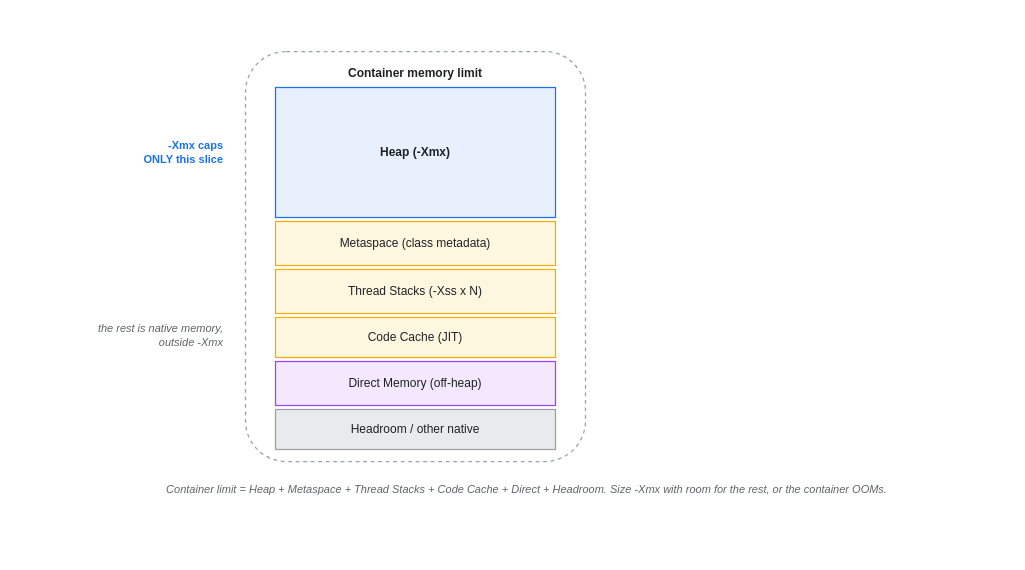
Earlier version of the draw.io diagram assets/img/jvm/jvm-04-container-memory-breakdown.drawio (KKamJi98/kkamji98.github.io). Source tidied: cells renumbered, new cells numbered last; positions are measured from the earlier drawing's top-left corner, leaving out a move shared by most shapes. Both pictures are drawn from the tidied source at 100%, with x=0, y=0 at pixel (45, 51).
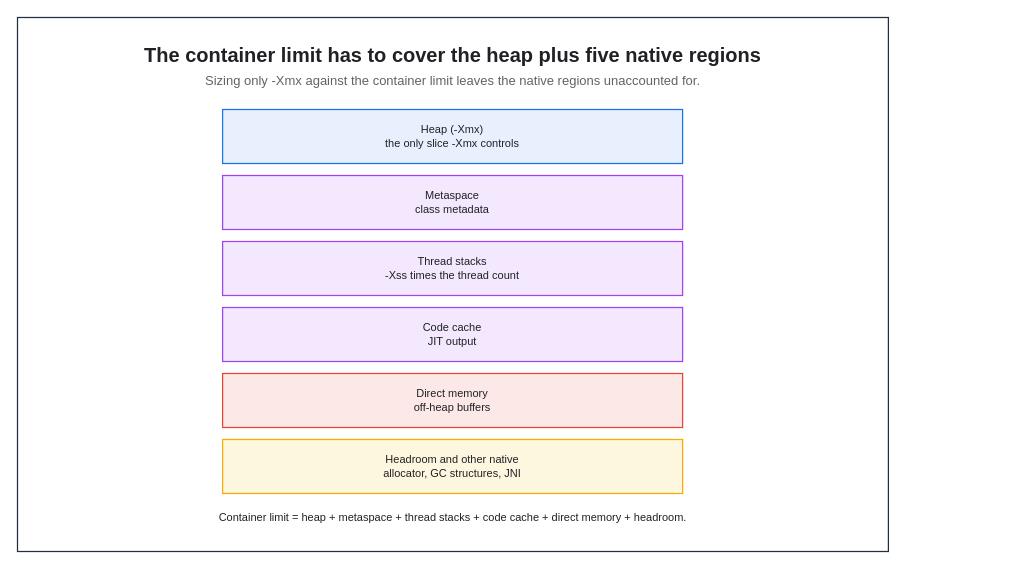
The same diagram, later.

Change to the diagram source:
```diff
@@
 <mxGraphModel background="#FFFFFF">
   <root>
     <mxCell id="0" />
     <mxCell id="1" parent="0" />
-    <mxCell id="2" value="Container memory limit" style="rounded=1;whiteSpace=wrap;html=0;arcSize=12;shadow=0;fillColor=#FFFFFF;strokeColor=#9AA0A6;fontColor=#202124;fontStyle=1;verticalAlign=top;align=center;dashed=1;spacingTop=8;strokeWidth=1.25;" parent="1" vertex="1">
-      <mxGeometry x="200" width="340" height="410" as="geometry" />
+    <mxCell id="2" style="rounded=0;html=0;fillColor=none;strokeColor=#232F3E;fontColor=#202124;strokeWidth=1.25;" parent="1" vertex="1">
+      <mxGeometry x="-28" y="-34" width="870.9" height="534" as="geometry" />
     </mxCell>
+    <mxCell id="12" value="The container limit has to cover the heap plus five native regions" style="text;html=0;whiteSpace=wrap;fillColor=none;strokeColor=none;fontColor=#202124;fontSize=20;fontStyle=1;align=center;verticalAlign=middle;" parent="1" vertex="1">
+      <mxGeometry x="-6" y="-12" width="826.9" height="30" as="geometry" />
+    </mxCell>
+    <mxCell id="13" value="Sizing only -Xmx against the container limit leaves the native regions unaccounted for." style="text;html=0;whiteSpace=wrap;fillColor=none;strokeColor=none;fontColor=#5F6368;fontSize=13;fontStyle=0;align=center;verticalAlign=middle;" parent="1" vertex="1">
+      <mxGeometry x="-6" y="18" width="826.9" height="22" as="geometry" />
+    </mxCell>
-    <mxCell id="3" value="Heap  (-Xmx)" style="rounded=0;whiteSpace=wrap;html=0;shadow=0;fillColor=#E8F0FE;strokeColor=#1A73E8;fontColor=#202124;fontStyle=1;strokeWidth=1.25;" parent="1" vertex="1">
-      <mxGeometry x="230" y="36" width="280" height="130" as="geometry" />
+    <mxCell id="3" value="Heap  (-Xmx)&#10;the only slice -Xmx controls" style="rounded=0;whiteSpace=wrap;html=0;fillColor=#E8F0FE;strokeColor=#1A73E8;fontColor=#202124;fontSize=11;fontStyle=0;align=center;verticalAlign=middle;spacingLeft=6;spacingRight=6;strokeWidth=1.25;" parent="1" vertex="1">
+      <mxGeometry x="177.1" y="58" width="460" height="54" as="geometry" />
     </mxCell>
-    <mxCell id="4" value="Metaspace (class metadata)" style="rounded=0;whiteSpace=wrap;html=0;shadow=0;fillColor=#FEF7E0;strokeColor=#F9AB00;fontColor=#202124;strokeWidth=1.25;" parent="1" vertex="1">
-      <mxGeometry x="230" y="170" width="280" height="44" as="geometry" />
+    <mxCell id="4" value="Metaspace&#10;class metadata" style="rounded=0;whiteSpace=wrap;html=0;fillColor=#F3E8FD;strokeColor=#A142F4;fontColor=#202124;fontSize=11;fontStyle=0;align=center;verticalAlign=middle;spacingLeft=6;spacingRight=6;strokeWidth=1.25;" parent="1" vertex="1">
+      <mxGeometry x="177.1" y="124" width="460" height="54" as="geometry" />
     </mxCell>
-    <mxCell id="5" value="Thread Stacks (-Xss x N)" style="rounded=0;whiteSpace=wrap;html=0;shadow=0;fillColor=#FEF7E0;strokeColor=#F9AB00;fontColor=#202124;strokeWidth=1.25;" parent="1" vertex="1">
-      <mxGeometry x="230" y="218" width="280" height="44" as="geometry" />
+    <mxCell id="5" value="Thread stacks&#10;-Xss times the thread count" style="rounded=0;whiteSpace=wrap;html=0;fillColor=#F3E8FD;strokeColor=#A142F4;fontColor=#202124;fontSize=11;fontStyle=0;align=center;verticalAlign=middle;spacingLeft=6;spacingRight=6;strokeWidth=1.25;" parent="1" vertex="1">
+      <mxGeometry x="177.1" y="190" width="460" height="54" as="geometry" />
     </mxCell>
-    <mxCell id="6" value="Code Cache (JIT)" style="rounded=0;whiteSpace=wrap;html=0;shadow=0;fillColor=#FEF7E0;strokeColor=#F9AB00;fontColor=#202124;strokeWidth=1.25;" parent="1" vertex="1">
-      <mxGeometry x="230" y="266" width="280" height="40" as="geometry" />
+    <mxCell id="6" value="Code cache&#10;JIT output" style="rounded=0;whiteSpace=wrap;html=0;fillColor=#F3E8FD;strokeColor=#A142F4;fontColor=#202124;fontSize=11;fontStyle=0;align=center;verticalAlign=middle;spacingLeft=6;spacingRight=6;strokeWidth=1.25;" parent="1" vertex="1">
+      <mxGeometry x="177.1" y="256" width="460" height="54" as="geometry" />
     </mxCell>
-    <mxCell id="7" value="Direct Memory (off-heap)" style="rounded=0;whiteSpace=wrap;html=0;shadow=0;fillColor=#F3E8FD;strokeColor=#A142F4;fontColor=#202124;strokeWidth=1.25;" parent="1" vertex="1">
-      <mxGeometry x="230" y="310" width="280" height="44" as="geometry" />
+    <mxCell id="7" value="Direct memory&#10;off-heap buffers" style="rounded=0;whiteSpace=wrap;html=0;fillColor=#FCE8E6;strokeColor=#EA4335;fontColor=#202124;fontSize=11;fontStyle=0;align=center;verticalAlign=middle;spacingLeft=6;spacingRight=6;strokeWidth=1.25;" parent="1" vertex="1">
+      <mxGeometry x="177.1" y="322" width="460" height="54" as="geometry" />
     </mxCell>
-    <mxCell id="8" value="Headroom / other native" style="rounded=0;whiteSpace=wrap;html=0;shadow=0;fillColor=#E8EAED;strokeColor=#9AA0A6;fontColor=#202124;strokeWidth=1.25;" parent="1" vertex="1">
-      <mxGeometry x="230" y="358" width="280" height="40" as="geometry" />
+    <mxCell id="8" value="Headroom and other native&#10;allocator, GC structures, JNI" style="rounded=0;whiteSpace=wrap;html=0;fillColor=#FEF7E0;strokeColor=#F9AB00;fontColor=#202124;fontSize=11;fontStyle=0;align=center;verticalAlign=middle;spacingLeft=6;spacingRight=6;strokeWidth=1.25;" parent="1" vertex="1">
+      <mxGeometry x="177.1" y="388" width="460" height="54" as="geometry" />
     </mxCell>
-    <mxCell id="9" value="-Xmx caps&#10;ONLY this slice" style="text;html=0;align=right;verticalAlign=middle;whiteSpace=wrap;fontSize=11;fontColor=#1A73E8;fontStyle=1;" parent="1" vertex="1">
-      <mxGeometry y="74" width="180" height="54" as="geometry" />
-    </mxCell>
-    <mxCell id="10" value="the rest is native memory,&#10;outside -Xmx" style="text;html=0;align=right;verticalAlign=middle;whiteSpace=wrap;fontSize=11;fontColor=#5F6368;fontStyle=2;" parent="1" vertex="1">
-      <mxGeometry y="254" width="180" height="60" as="geometry" />
-    </mxCell>
-    <mxCell id="11" value="Container limit = Heap + Metaspace + Thread Stacks + Code Cache + Direct + Headroom.   Size -Xmx with room for the rest, or the container OOMs." style="text;html=0;align=center;verticalAlign=middle;whiteSpace=wrap;fontSize=11;fontColor=#5F6368;fontStyle=2;" parent="1" vertex="1">
-      <mxGeometry y="420" width="963" height="35" as="geometry" />
+    <mxCell id="11" value="Container limit = heap + metaspace + thread stacks + code cache + direct memory + headroom." style="text;html=0;whiteSpace=wrap;fillColor=none;strokeColor=none;fontColor=#202124;fontSize=11;fontStyle=0;align=center;verticalAlign=middle;" parent="1" vertex="1">
+      <mxGeometry x="111.1" y="454" width="593" height="24" as="geometry" />
     </mxCell>
   </root>
 </mxGraphModel>
```
